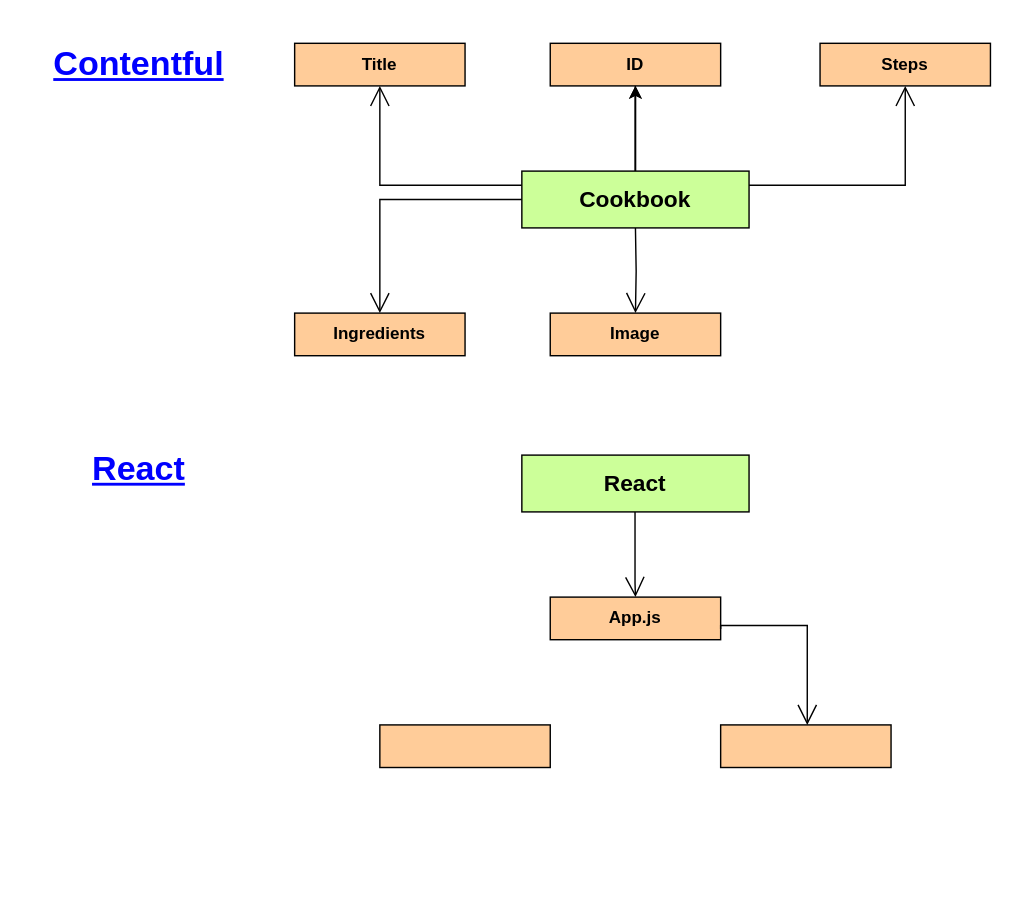
This is draw-io-diagramm.drawio from Moskill/contentful-cookbook, a draw.io file, before an edit. Source tidied: cells renumbered, new cells numbered last; positions are measured from the earlier drawing's top-left corner, leaving out a move shared by most shapes. Both pictures are drawn from the tidied source at 142%, with x=0, y=0 at pixel (67, 36).
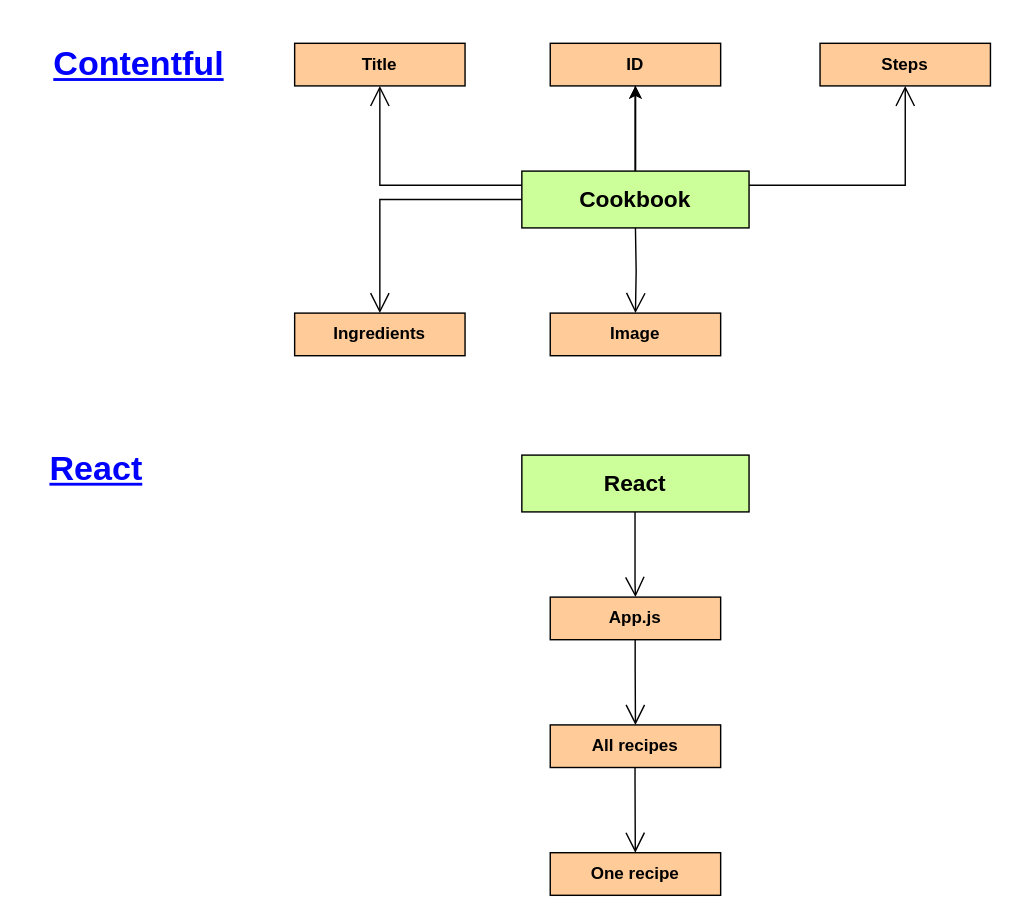
After the change.

Commit message (it also covers changes not shown here):
recipes added, css edited, components and routes added

The change refers to these unchanged cells:
```xml
<mxCell id="16" value="App.js" style="rounded=0;whiteSpace=wrap;html=1;fillColor=#FFCC99;fontStyle=1;" parent="1" vertex="1">
  <mxGeometry x="340" y="395" width="120" height="30" as="geometry" />
</mxCell>
```

What changed in the source:
```diff
@@
     <mxCell id="14" value="React" style="text;strokeColor=none;fillColor=none;html=1;fontSize=24;fontStyle=5;verticalAlign=middle;align=center;fontColor=#0000FF;" parent="1" vertex="1">
-      <mxGeometry y="285" width="100" height="40" as="geometry" />
+      <mxGeometry x="-30" y="285" width="100" height="40" as="geometry" />
     </mxCell>
@@
-    <mxCell id="17" style="rounded=0;whiteSpace=wrap;html=1;fillColor=#FFCC99;fontStyle=1;" parent="1" vertex="1">
-      <mxGeometry x="460" y="485" width="120" height="30" as="geometry" />
+    <mxCell id="17" value="All recipes" style="rounded=0;whiteSpace=wrap;html=1;fillColor=#FFCC99;fontStyle=1;" parent="1" vertex="1">
+      <mxGeometry x="340" y="485" width="120" height="30" as="geometry" />
     </mxCell>
-    <mxCell id="18" style="rounded=0;whiteSpace=wrap;html=1;fillColor=#FFCC99;fontStyle=1;" parent="1" vertex="1">
-      <mxGeometry x="220" y="485" width="120" height="30" as="geometry" />
-    </mxCell>
@@
-    <mxCell id="20" style="endArrow=open;endFill=1;endSize=12;html=1;rounded=0;edgeStyle=orthogonalEdgeStyle;exitX=1;exitY=0.75;exitDx=0;exitDy=0;" parent="1" edge="1" source="16">
-      <mxGeometry relative="1" as="geometry">
-        <mxPoint x="521" y="485" as="targetPoint" />
-        <Array as="points">
-          <mxPoint x="460" y="415" />
-          <mxPoint x="521" y="415" />
-        </Array>
-      </mxGeometry>
-    </mxCell>
@@
+    <mxCell id="23" style="endArrow=open;endFill=1;endSize=12;html=1;rounded=0;edgeStyle=orthogonalEdgeStyle;" parent="1" edge="1">
+      <mxGeometry relative="1" as="geometry">
+        <mxPoint x="399.8" y="425" as="sourcePoint" />
+        <mxPoint x="400" y="485" as="targetPoint" />
+        <Array as="points">
+          <mxPoint x="400" y="445" />
+          <mxPoint x="400" y="445" />
+        </Array>
+      </mxGeometry>
+    </mxCell>
+    <mxCell id="24" value="One recipe" style="rounded=0;whiteSpace=wrap;html=1;fillColor=#FFCC99;fontStyle=1;" parent="1" vertex="1">
+      <mxGeometry x="340" y="575" width="120" height="30" as="geometry" />
+    </mxCell>
+    <mxCell id="25" style="endArrow=open;endFill=1;endSize=12;html=1;rounded=0;edgeStyle=orthogonalEdgeStyle;entryX=0.5;entryY=0;entryDx=0;entryDy=0;" parent="1" edge="1">
+      <mxGeometry relative="1" as="geometry">
+        <mxPoint x="399.7" y="515" as="sourcePoint" />
+        <mxPoint x="399.9" y="575" as="targetPoint" />
+        <Array as="points">
+          <mxPoint x="399.7" y="525" />
+          <mxPoint x="399.7" y="525" />
+        </Array>
+      </mxGeometry>
+    </mxCell>
```
